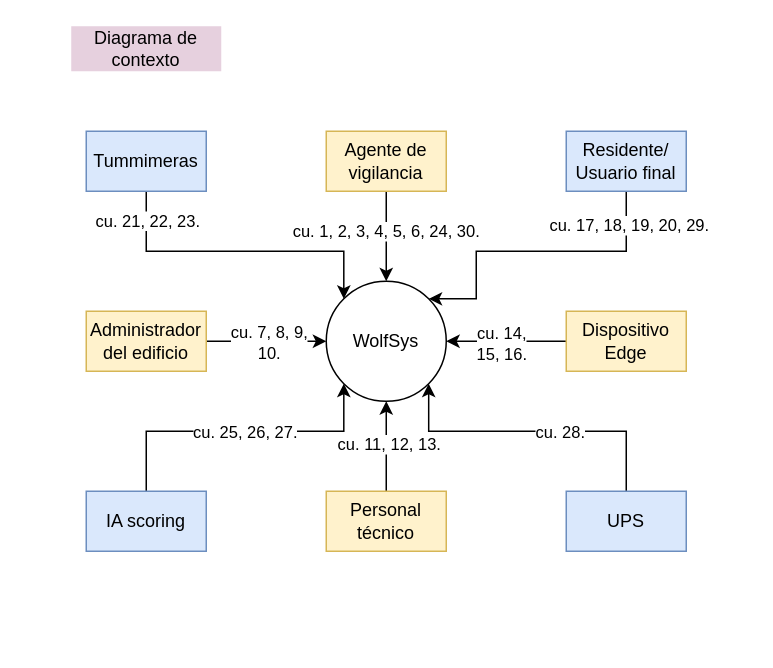
Above: Documentación de la arquitectura/Diagramas/Editables-drawio/Diagrama-de-contexto.drawio in LIMoreno04/Caso-de-estudio---WolfSys---Arquitectura (draw.io), before the change. Source tidied: cells renumbered, new cells numbered last; positions are measured from the earlier drawing's top-left corner, leaving out a move shared by most shapes. Both pictures are drawn from the tidied source at 150%, with x=0, y=0 at pixel (70, 26).
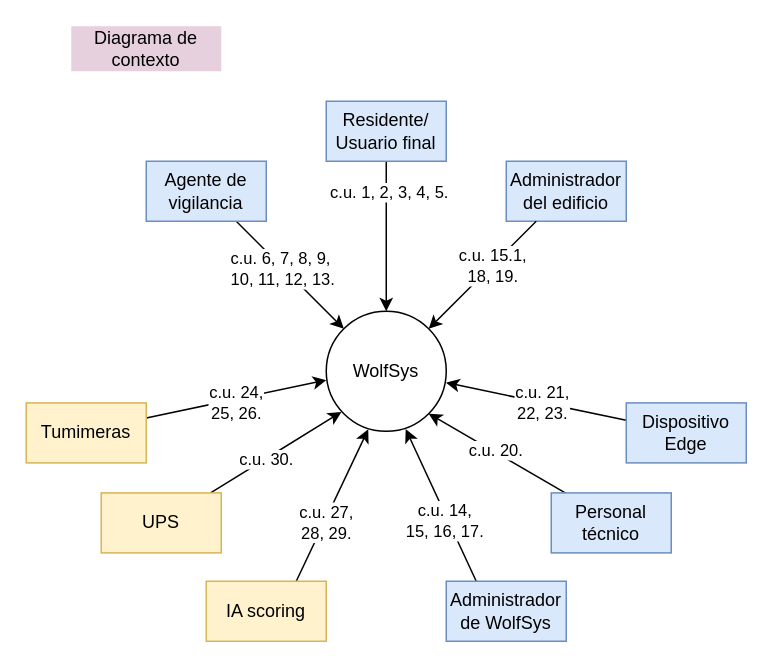
Above is the later version.

Commit message (it also covers changes not shown here):
Versión 2 de los diagramas de contexto y casos de uso.

What changed in the source:
```diff
@@
     <mxCell id="2" value="WolfSys" style="ellipse;whiteSpace=wrap;html=1;" parent="1" vertex="1">
-      <mxGeometry x="170" y="170" width="80" height="80" as="geometry" />
+      <mxGeometry x="170" y="190" width="80" height="80" as="geometry" />
     </mxCell>
-    <mxCell id="3" style="edgeStyle=orthogonalEdgeStyle;rounded=0;jettySize=auto;html=1;entryX=0.5;entryY=0;entryDx=0;entryDy=0;" parent="1" edge="1" source="5" target="2">
+    <mxCell id="3" style="rounded=0;jettySize=auto;html=1;entryX=0;entryY=0;entryDx=0;entryDy=0;" parent="1" edge="1" source="5" target="2">
       <mxGeometry relative="1" as="geometry" />
     </mxCell>
-    <mxCell id="4" value="cu. 1, 2, 3, 4, 5, 6, 24, 30." style="edgeLabel;html=1;align=center;verticalAlign=middle;" parent="3" vertex="1">
+    <mxCell id="4" value="c.u. 6, 7, 8, 9,&amp;nbsp;&lt;div&gt;10, 11, 12, 13.&lt;/div&gt;" style="edgeLabel;html=1;align=center;verticalAlign=middle;" parent="3" vertex="1">
       <mxGeometry x="-0.14" y="-1" relative="1" as="geometry" />
     </mxCell>
-    <mxCell id="5" value="Agente de vigilancia" style="rounded=0;whiteSpace=wrap;html=1;fillColor=#fff2cc;strokeColor=#d6b656;" parent="1" vertex="1">
-      <mxGeometry x="170" y="70" width="80" height="40" as="geometry" />
+    <mxCell id="5" value="Agente de vigilancia" style="rounded=0;whiteSpace=wrap;html=1;fillColor=#dae8fc;strokeColor=#6c8ebf;" parent="1" vertex="1">
+      <mxGeometry x="50" y="90" width="80" height="40" as="geometry" />
     </mxCell>
-    <mxCell id="6" style="edgeStyle=orthogonalEdgeStyle;rounded=0;jettySize=auto;html=1;entryX=0;entryY=0.5;entryDx=0;entryDy=0;" parent="1" edge="1" source="8" target="2">
+    <mxCell id="6" style="rounded=0;jettySize=auto;html=1;entryX=0.662;entryY=0.982;entryDx=0;entryDy=0;entryPerimeter=0;exitX=0.25;exitY=0;exitDx=0;exitDy=0;" parent="1" edge="1" source="8" target="2">
       <mxGeometry relative="1" as="geometry" />
     </mxCell>
-    <mxCell id="7" value="cu. 7, 8, 9,&lt;div&gt;10.&lt;/div&gt;" style="edgeLabel;html=1;align=center;verticalAlign=middle;" parent="6" vertex="1">
-      <mxGeometry x="0.02" relative="1" as="geometry" />
+    <mxCell id="7" value="c.u. 14,&lt;div&gt;15,&amp;nbsp;&lt;span style=&quot;background-color: light-dark(#ffffff, var(--ge-dark-color, #121212)); color: light-dark(rgb(0, 0, 0), rgb(255, 255, 255));&quot;&gt;16, 17&lt;/span&gt;&lt;span style=&quot;color: light-dark(rgb(0, 0, 0), rgb(255, 255, 255)); background-color: light-dark(#ffffff, var(--ge-dark-color, #121212));&quot;&gt;.&lt;/span&gt;&lt;/div&gt;" style="edgeLabel;html=1;align=center;verticalAlign=middle;" parent="6" vertex="1">
+      <mxGeometry x="0.02" relative="1" as="geometry">
+        <mxPoint x="2" y="11" as="offset" />
+      </mxGeometry>
     </mxCell>
-    <mxCell id="8" value="Administrador del edificio" style="rounded=0;whiteSpace=wrap;html=1;fillColor=#fff2cc;strokeColor=#d6b656;" parent="1" vertex="1">
-      <mxGeometry x="10" y="190" width="80" height="40" as="geometry" />
+    <mxCell id="8" value="Administrador de WolfSys" style="rounded=0;whiteSpace=wrap;html=1;fillColor=#dae8fc;strokeColor=#6c8ebf;" parent="1" vertex="1">
+      <mxGeometry x="250" y="370" width="80" height="40" as="geometry" />
     </mxCell>
-    <mxCell id="9" style="edgeStyle=orthogonalEdgeStyle;rounded=0;jettySize=auto;html=1;entryX=1;entryY=0.5;entryDx=0;entryDy=0;" parent="1" edge="1" source="11" target="2">
+    <mxCell id="9" style="rounded=0;jettySize=auto;html=1;entryX=0.998;entryY=0.595;entryDx=0;entryDy=0;entryPerimeter=0;" parent="1" edge="1" source="11" target="2">
       <mxGeometry relative="1" as="geometry" />
     </mxCell>
-    <mxCell id="10" value="cu. 14,&lt;div&gt;15, 16.&lt;/div&gt;" style="edgeLabel;html=1;align=center;verticalAlign=middle;" parent="9" vertex="1">
-      <mxGeometry x="0.11" y="1" relative="1" as="geometry" />
+    <mxCell id="10" value="c.u. 21,&lt;div&gt;22,&amp;nbsp;&lt;span style=&quot;background-color: light-dark(#ffffff, var(--ge-dark-color, #121212)); color: light-dark(rgb(0, 0, 0), rgb(255, 255, 255));&quot;&gt;23.&lt;/span&gt;&lt;/div&gt;" style="edgeLabel;html=1;align=center;verticalAlign=middle;" parent="9" vertex="1">
+      <mxGeometry x="0.11" y="1" relative="1" as="geometry">
+        <mxPoint x="10" y="1" as="offset" />
+      </mxGeometry>
     </mxCell>
-    <mxCell id="11" value="Dispositivo Edge" style="rounded=0;whiteSpace=wrap;html=1;fillColor=#fff2cc;strokeColor=#d6b656;" parent="1" vertex="1">
-      <mxGeometry x="330" y="190" width="80" height="40" as="geometry" />
+    <mxCell id="11" value="Dispositivo Edge" style="rounded=0;whiteSpace=wrap;html=1;fillColor=#dae8fc;strokeColor=#6c8ebf;" parent="1" vertex="1">
+      <mxGeometry x="370" y="251.1" width="80" height="40" as="geometry" />
     </mxCell>
-    <mxCell id="12" style="edgeStyle=orthogonalEdgeStyle;rounded=0;jettySize=auto;html=1;entryX=0.5;entryY=1;entryDx=0;entryDy=0;" parent="1" edge="1" source="14" target="2">
+    <mxCell id="12" style="rounded=0;jettySize=auto;html=1;entryX=1;entryY=1;entryDx=0;entryDy=0;exitX=0.138;exitY=0.025;exitDx=0;exitDy=0;exitPerimeter=0;" parent="1" edge="1" source="14" target="2">
       <mxGeometry relative="1" as="geometry" />
     </mxCell>
-    <mxCell id="13" value="cu. 11, 12, 13." style="edgeLabel;html=1;align=center;verticalAlign=middle;" parent="12" vertex="1">
+    <mxCell id="13" value="c.u. 20." style="edgeLabel;html=1;align=center;verticalAlign=middle;" parent="12" vertex="1">
       <mxGeometry x="0.07" y="-1" relative="1" as="geometry" />
     </mxCell>
-    <mxCell id="14" value="Personal técnico" style="rounded=0;whiteSpace=wrap;html=1;fillColor=#fff2cc;strokeColor=#d6b656;" parent="1" vertex="1">
-      <mxGeometry x="170" y="310" width="80" height="40" as="geometry" />
+    <mxCell id="14" value="Personal técnico" style="rounded=0;whiteSpace=wrap;html=1;fillColor=#dae8fc;strokeColor=#6c8ebf;" parent="1" vertex="1">
+      <mxGeometry x="320" y="311.1" width="80" height="40" as="geometry" />
     </mxCell>
@@
-    <mxCell id="16" style="edgeStyle=orthogonalEdgeStyle;rounded=0;jettySize=auto;html=1;entryX=1;entryY=0;entryDx=0;entryDy=0;" parent="1" edge="1" source="18" target="2">
-      <mxGeometry relative="1" as="geometry">
-        <Array as="points">
-          <mxPoint x="370" y="150" />
-          <mxPoint x="270" y="150" />
-          <mxPoint x="270" y="182" />
-        </Array>
-      </mxGeometry>
+    <mxCell id="16" style="rounded=0;jettySize=auto;html=1;entryX=0.5;entryY=0;entryDx=0;entryDy=0;" parent="1" edge="1" source="18" target="2">
+      <mxGeometry relative="1" as="geometry" />
     </mxCell>
-    <mxCell id="17" value="cu. 17, 18, 19, 20, 29." style="edgeLabel;html=1;align=center;verticalAlign=middle;" parent="16" vertex="1">
-      <mxGeometry x="-0.78" y="1" relative="1" as="geometry" />
+    <mxCell id="17" value="c.u. 1, 2, 3, 4, 5." style="edgeLabel;html=1;align=center;verticalAlign=middle;" parent="16" vertex="1">
+      <mxGeometry x="-0.78" y="1" relative="1" as="geometry">
+        <mxPoint y="9" as="offset" />
+      </mxGeometry>
     </mxCell>
     <mxCell id="18" value="Residente/&lt;div&gt;Usuario final&lt;/div&gt;" style="rounded=0;whiteSpace=wrap;html=1;fillColor=#dae8fc;strokeColor=#6c8ebf;" parent="1" vertex="1">
-      <mxGeometry x="330" y="70" width="80" height="40" as="geometry" />
+      <mxGeometry x="170" y="50" width="80" height="40" as="geometry" />
     </mxCell>
-    <mxCell id="19" style="edgeStyle=orthogonalEdgeStyle;rounded=0;jettySize=auto;html=1;entryX=0;entryY=0;entryDx=0;entryDy=0;exitX=0.5;exitY=1;exitDx=0;exitDy=0;" parent="1" edge="1" source="21" target="2">
-      <mxGeometry relative="1" as="geometry">
-        <Array as="points">
-          <mxPoint x="50" y="150" />
-          <mxPoint x="182" y="150" />
-        </Array>
-      </mxGeometry>
+    <mxCell id="19" style="rounded=0;jettySize=auto;html=1;entryX=0.001;entryY=0.574;entryDx=0;entryDy=0;exitX=1;exitY=0.25;exitDx=0;exitDy=0;entryPerimeter=0;" parent="1" edge="1" source="21" target="2">
+      <mxGeometry relative="1" as="geometry" />
     </mxCell>
-    <mxCell id="20" value="cu. 21, 22, 23." style="edgeLabel;html=1;align=center;verticalAlign=middle;" parent="19" vertex="1">
-      <mxGeometry x="-0.81" relative="1" as="geometry" />
+    <mxCell id="20" value="c.u. 24,&lt;div&gt;25, 26.&lt;/div&gt;" style="edgeLabel;html=1;align=center;verticalAlign=middle;" parent="19" vertex="1">
+      <mxGeometry x="-0.81" relative="1" as="geometry">
+        <mxPoint x="48" y="-8" as="offset" />
+      </mxGeometry>
     </mxCell>
-    <mxCell id="21" value="Tummimeras" style="rounded=0;whiteSpace=wrap;html=1;fillColor=#dae8fc;strokeColor=#6c8ebf;" parent="1" vertex="1">
-      <mxGeometry x="10" y="70" width="80" height="40" as="geometry" />
+    <mxCell id="21" value="Tumimeras" style="rounded=0;whiteSpace=wrap;html=1;fillColor=#fff2cc;strokeColor=#d6b656;" parent="1" vertex="1">
+      <mxGeometry x="-30" y="251.1" width="80" height="40" as="geometry" />
     </mxCell>
-    <mxCell id="22" style="edgeStyle=orthogonalEdgeStyle;rounded=0;jettySize=auto;html=1;entryX=0;entryY=1;entryDx=0;entryDy=0;exitX=0.5;exitY=0;exitDx=0;exitDy=0;" parent="1" edge="1" source="24" target="2">
-      <mxGeometry relative="1" as="geometry">
-        <Array as="points">
-          <mxPoint x="50" y="270" />
-          <mxPoint x="182" y="270" />
-        </Array>
-      </mxGeometry>
+    <mxCell id="22" style="rounded=0;jettySize=auto;html=1;entryX=0.35;entryY=0.983;entryDx=0;entryDy=0;exitX=0.75;exitY=0;exitDx=0;exitDy=0;entryPerimeter=0;" parent="1" edge="1" source="24" target="2">
+      <mxGeometry relative="1" as="geometry" />
     </mxCell>
-    <mxCell id="23" value="cu. 25, 26, 27." style="edgeLabel;html=1;align=center;verticalAlign=middle;" parent="22" vertex="1">
-      <mxGeometry x="0.03" relative="1" as="geometry" />
+    <mxCell id="23" value="c.u. 27,&lt;div&gt;28, 29.&lt;/div&gt;" style="edgeLabel;html=1;align=center;verticalAlign=middle;" parent="22" vertex="1">
+      <mxGeometry x="0.03" relative="1" as="geometry">
+        <mxPoint x="-5" y="13" as="offset" />
+      </mxGeometry>
     </mxCell>
-    <mxCell id="24" value="IA scoring" style="rounded=0;whiteSpace=wrap;html=1;fillColor=#dae8fc;strokeColor=#6c8ebf;" parent="1" vertex="1">
-      <mxGeometry x="10" y="310" width="80" height="40" as="geometry" />
+    <mxCell id="24" value="IA scoring" style="rounded=0;whiteSpace=wrap;html=1;fillColor=#fff2cc;strokeColor=#d6b656;" parent="1" vertex="1">
+      <mxGeometry x="90" y="370" width="80" height="40" as="geometry" />
     </mxCell>
-    <mxCell id="25" style="edgeStyle=orthogonalEdgeStyle;rounded=0;jettySize=auto;html=1;entryX=1;entryY=1;entryDx=0;entryDy=0;" parent="1" edge="1" source="27" target="2">
-      <mxGeometry relative="1" as="geometry">
-        <Array as="points">
-          <mxPoint x="370" y="270" />
-          <mxPoint x="238" y="270" />
-        </Array>
-      </mxGeometry>
+    <mxCell id="25" style="rounded=0;jettySize=auto;html=1;entryX=0.127;entryY=0.839;entryDx=0;entryDy=0;exitX=0.911;exitY=-0.001;exitDx=0;exitDy=0;exitPerimeter=0;entryPerimeter=0;" parent="1" edge="1" source="27" target="2">
+      <mxGeometry relative="1" as="geometry" />
     </mxCell>
-    <mxCell id="26" value="cu. 28." style="edgeLabel;html=1;align=center;verticalAlign=middle;" parent="25" vertex="1">
+    <mxCell id="26" value="c.u. 30." style="edgeLabel;html=1;align=center;verticalAlign=middle;" parent="25" vertex="1">
       <mxGeometry x="-0.16" relative="1" as="geometry" />
     </mxCell>
-    <mxCell id="27" value="UPS" style="rounded=0;whiteSpace=wrap;html=1;fillColor=#dae8fc;strokeColor=#6c8ebf;" parent="1" vertex="1">
-      <mxGeometry x="330" y="310" width="80" height="40" as="geometry" />
+    <mxCell id="27" value="UPS" style="rounded=0;whiteSpace=wrap;html=1;fillColor=#fff2cc;strokeColor=#d6b656;" parent="1" vertex="1">
+      <mxGeometry x="20" y="311.1" width="80" height="40" as="geometry" />
     </mxCell>
+    <mxCell id="28" value="Administrador del edificio" style="rounded=0;whiteSpace=wrap;html=1;fillColor=#dae8fc;strokeColor=#6c8ebf;" parent="1" vertex="1">
+      <mxGeometry x="290" y="90" width="80" height="40" as="geometry" />
+    </mxCell>
+    <mxCell id="29" style="rounded=0;jettySize=auto;html=1;entryX=1;entryY=0;entryDx=0;entryDy=0;" parent="1" edge="1" source="28" target="2">
+      <mxGeometry relative="1" as="geometry" />
+    </mxCell>
+    <mxCell id="30" value="c.u. 15.1,&lt;div&gt;18, 19.&lt;/div&gt;" style="edgeLabel;html=1;align=center;verticalAlign=middle;" parent="29" vertex="1">
+      <mxGeometry x="-0.5" relative="1" as="geometry">
+        <mxPoint x="-12" y="12" as="offset" />
+      </mxGeometry>
+    </mxCell>
```
